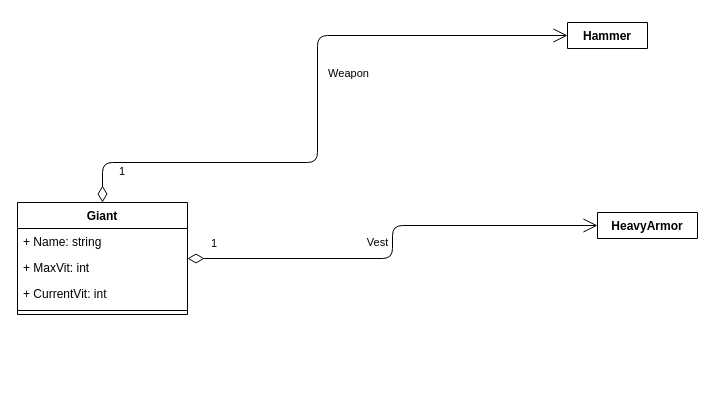
Above: Assets/UML-diagrams/Giant.drawio in ProgramacionII-Equipo3/PII_RoleplayGame_1_Start (draw.io), before the change. Source tidied: cells renumbered, new cells numbered last; positions are measured from the earlier drawing's top-left corner, leaving out a move shared by most shapes. Both pictures are drawn from the tidied source at 100%, with x=0, y=0 at pixel (17, 22).
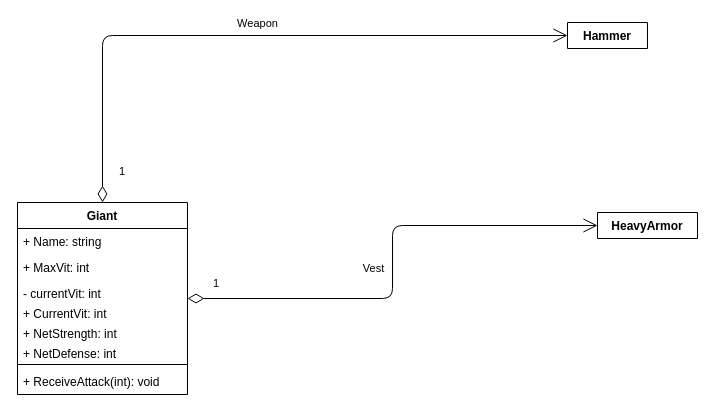
The same page after the edit.

Diff of the diagram source:
```diff
@@
 <mxGraphModel>
   <root>
     <mxCell id="0" />
     <mxCell id="1" parent="0" />
     <mxCell id="2" value="Giant" style="swimlane;fontStyle=1;align=center;verticalAlign=top;horizontal=1;startSize=26;" parent="1" vertex="1">
-      <mxGeometry y="180" width="170" height="112" as="geometry" />
+      <mxGeometry y="180" width="170" height="192" as="geometry" />
     </mxCell>
     <mxCell id="3" value="+ Name: string" style="text;strokeColor=none;fillColor=none;align=left;verticalAlign=top;spacingLeft=4;spacingRight=4;overflow=hidden;" parent="2" vertex="1">
       <mxGeometry y="26" width="170" height="26" as="geometry" />
     </mxCell>
     <mxCell id="4" value="+ MaxVit: int" style="text;strokeColor=none;fillColor=none;align=left;verticalAlign=top;spacingLeft=4;spacingRight=4;overflow=hidden;" parent="2" vertex="1">
       <mxGeometry y="52" width="170" height="26" as="geometry" />
     </mxCell>
+    <mxCell id="13" value="- currentVit: int" style="text;strokeColor=none;fillColor=none;align=left;verticalAlign=top;spacingLeft=4;spacingRight=4;overflow=hidden;" parent="2" vertex="1">
+      <mxGeometry y="78" width="170" height="20" as="geometry" />
+    </mxCell>
     <mxCell id="5" value="+ CurrentVit: int" style="text;strokeColor=none;fillColor=none;align=left;verticalAlign=top;spacingLeft=4;spacingRight=4;overflow=hidden;" parent="2" vertex="1">
-      <mxGeometry y="78" width="170" height="26" as="geometry" />
+      <mxGeometry y="98" width="170" height="20" as="geometry" />
     </mxCell>
+    <mxCell id="14" value="+ NetStrength: int" style="text;strokeColor=none;fillColor=none;align=left;verticalAlign=top;spacingLeft=4;spacingRight=4;overflow=hidden;" parent="2" vertex="1">
+      <mxGeometry y="118" width="170" height="20" as="geometry" />
+    </mxCell>
+    <mxCell id="15" value="+ NetDefense: int" style="text;strokeColor=none;fillColor=none;align=left;verticalAlign=top;spacingLeft=4;spacingRight=4;overflow=hidden;" parent="2" vertex="1">
+      <mxGeometry y="138" width="170" height="20" as="geometry" />
+    </mxCell>
     <mxCell id="6" style="line;strokeWidth=1;fillColor=none;align=left;verticalAlign=middle;spacingTop=-1;spacingLeft=3;spacingRight=3;labelPosition=right;" parent="2" vertex="1">
-      <mxGeometry y="104" width="170" height="8" as="geometry" />
+      <mxGeometry y="158" width="170" height="8" as="geometry" />
     </mxCell>
+    <mxCell id="16" value="+ ReceiveAttack(int): void" style="text;strokeColor=none;fillColor=none;align=left;verticalAlign=top;spacingLeft=4;spacingRight=4;overflow=hidden;" parent="2" vertex="1">
+      <mxGeometry y="166" width="170" height="26" as="geometry" />
+    </mxCell>
     <mxCell id="7" value="Hammer" style="swimlane;fontStyle=1;align=center;verticalAlign=top;horizontal=1;startSize=26;" parent="1" vertex="1" collapsed="1">
       <mxGeometry x="550" width="80" height="26" as="geometry" />
     </mxCell>
     <mxCell id="8" value="HeavyArmor" style="swimlane;fontStyle=1;align=center;verticalAlign=top;horizontal=1;startSize=26;" parent="1" vertex="1" collapsed="1">
       <mxGeometry x="580" y="190" width="100" height="26" as="geometry" />
     </mxCell>
     <mxCell id="9" value="1" style="endArrow=open;html=1;endSize=12;startArrow=diamondThin;startSize=14;startFill=0;edgeStyle=orthogonalEdgeStyle;align=left;verticalAlign=bottom;exitX=0.5;exitY=0;exitDx=0;exitDy=0;entryX=0;entryY=0.5;entryDx=0;entryDy=0;" parent="1" edge="1" source="2" target="7">
       <mxGeometry x="-0.93" y="-15" relative="1" as="geometry">
         <Array as="points">
-          <mxPoint x="85" y="140" />
-          <mxPoint x="300" y="140" />
-          <mxPoint x="300" y="13" />
+          <mxPoint x="85" y="13" />
         </Array>
       </mxGeometry>
     </mxCell>
     <mxCell id="10" value="Weapon" style="edgeLabel;html=1;align=center;verticalAlign=middle;" parent="9" vertex="1">
       <mxGeometry x="-0.05" y="-2" relative="1" as="geometry">
-        <mxPoint x="28" y="-45" as="offset" />
+        <mxPoint x="21" y="-15" as="offset" />
       </mxGeometry>
     </mxCell>
     <mxCell id="11" value="1" style="endArrow=open;html=1;endSize=12;startArrow=diamondThin;startSize=14;startFill=0;edgeStyle=orthogonalEdgeStyle;align=left;verticalAlign=bottom;entryX=0;entryY=0.5;entryDx=0;entryDy=0;exitX=1;exitY=0.5;exitDx=0;exitDy=0;" parent="1" edge="1" source="2" target="8">
       <mxGeometry x="-0.9" y="6" relative="1" as="geometry" />
     </mxCell>
     <mxCell id="12" value="Vest" style="edgeLabel;html=1;align=center;verticalAlign=middle;" parent="11" vertex="1">
       <mxGeometry x="-0.29" relative="1" as="geometry">
-        <mxPoint x="32" y="-17" as="offset" />
+        <mxPoint x="14" y="-31" as="offset" />
       </mxGeometry>
     </mxCell>
   </root>
 </mxGraphModel>
```
